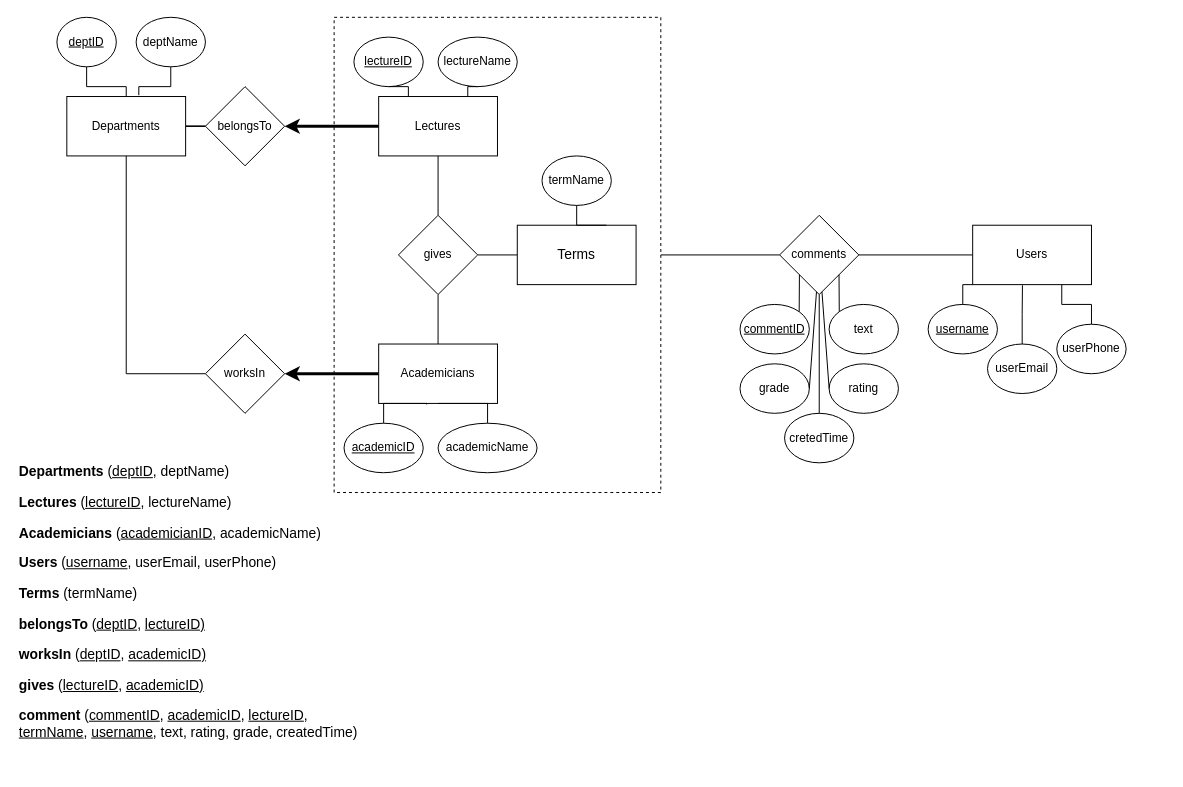
Before: Başlıksız Diyagram.drawio in apoionuz/ceng302, a draw.io diagram. Source tidied: cells renumbered, new cells numbered last; positions are measured from the earlier drawing's top-left corner, leaving out a move shared by most shapes. Both pictures are drawn from the tidied source at 99%, with x=0, y=0 at pixel (17, 17).
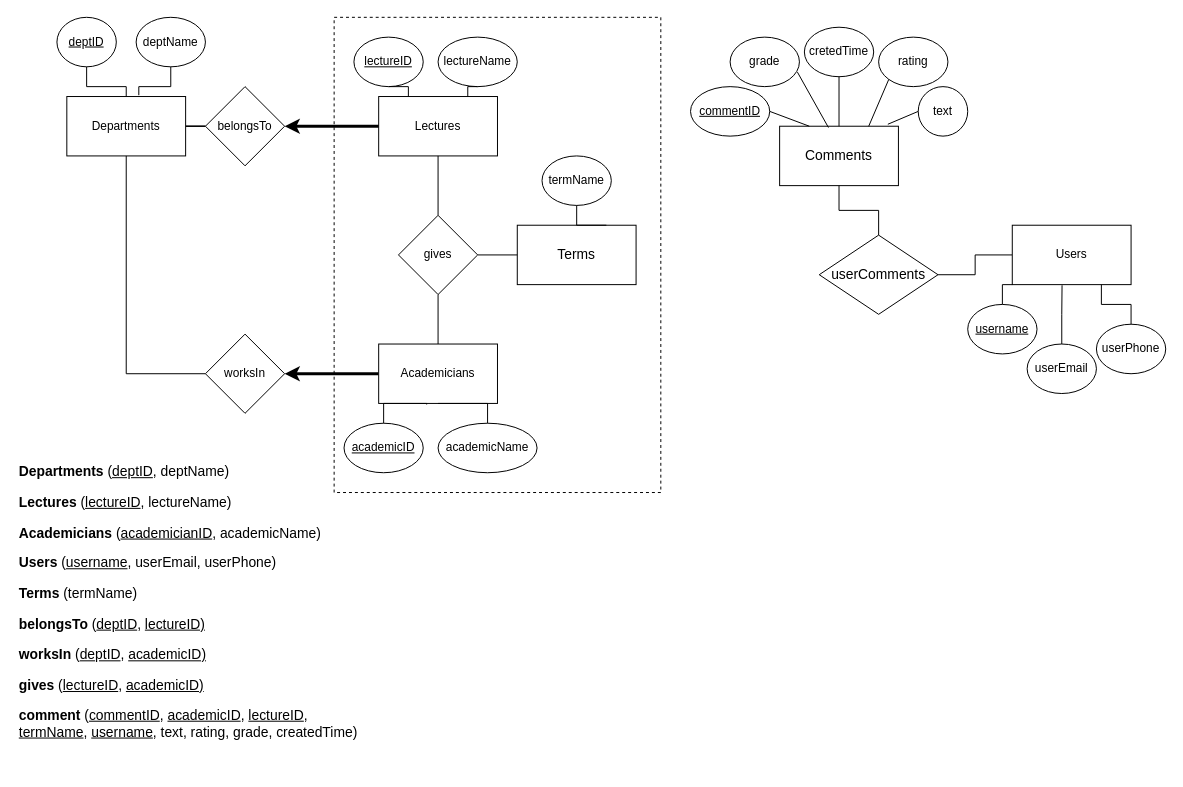
After the change.

Unchanged cells that the change refers to:
```xml
<mxCell id="12" style="rounded=0;whiteSpace=wrap;html=1;dashed=1;fillColor=none;" parent="1" vertex="1">
  <mxGeometry x="320" width="330" height="480" as="geometry" />
</mxCell>
```

Change to the diagram source:
```diff
@@
-    <mxCell id="6" style="edgeStyle=orthogonalEdgeStyle;rounded=0;jettySize=auto;html=1;strokeWidth=1;startArrow=none;startFill=0;endArrow=none;endFill=0;" parent="1" edge="1" source="7" target="18">
+    <mxCell id="6" style="edgeStyle=orthogonalEdgeStyle;rounded=0;jettySize=auto;html=1;strokeWidth=1;startArrow=none;startFill=0;endArrow=none;endFill=0;entryX=1;entryY=0.5;entryDx=0;entryDy=0;" parent="1" edge="1" source="7" target="54">
       <mxGeometry relative="1" as="geometry" />
     </mxCell>
     <mxCell id="7" value="Users" style="rounded=0;whiteSpace=wrap;html=1;" parent="1" vertex="1">
-      <mxGeometry x="965" y="210" width="120" height="60" as="geometry" />
+      <mxGeometry x="1005" y="210" width="120" height="60" as="geometry" />
     </mxCell>
@@
-    <mxCell id="17" style="edgeStyle=orthogonalEdgeStyle;rounded=0;jettySize=auto;html=1;strokeWidth=1;startArrow=none;startFill=0;endArrow=none;endFill=0;" parent="1" edge="1" source="18" target="12">
-      <mxGeometry relative="1" as="geometry" />
-    </mxCell>
-    <mxCell id="18" value="comments" style="rhombus;whiteSpace=wrap;html=1;rounded=0;" parent="1" vertex="1">
-      <mxGeometry x="770" y="200" width="80" height="80" as="geometry" />
-    </mxCell>
@@
     <mxCell id="20" value="&lt;u&gt;username&lt;/u&gt;" style="ellipse;whiteSpace=wrap;html=1;fillColor=none;" parent="1" vertex="1">
-      <mxGeometry x="920" y="290" width="70" height="50" as="geometry" />
+      <mxGeometry x="960" y="290" width="70" height="50" as="geometry" />
     </mxCell>
@@
     <mxCell id="22" value="userEmail" style="ellipse;whiteSpace=wrap;html=1;fillColor=none;" parent="1" vertex="1">
-      <mxGeometry x="980" y="330" width="70" height="50" as="geometry" />
+      <mxGeometry x="1020" y="330" width="70" height="50" as="geometry" />
     </mxCell>
@@
     <mxCell id="24" value="userPhone" style="ellipse;whiteSpace=wrap;html=1;fillColor=none;" parent="1" vertex="1">
-      <mxGeometry x="1050" y="310" width="70" height="50" as="geometry" />
+      <mxGeometry x="1090" y="310" width="70" height="50" as="geometry" />
     </mxCell>
@@
     <mxCell id="37" value="&lt;u&gt;commentID&lt;/u&gt;" style="ellipse;whiteSpace=wrap;html=1;fillColor=none;" parent="1" vertex="1">
-      <mxGeometry x="730" y="290" width="70" height="50" as="geometry" />
+      <mxGeometry x="680" y="70" width="80" height="50" as="geometry" />
     </mxCell>
     <mxCell id="38" value="text" style="ellipse;whiteSpace=wrap;html=1;fillColor=none;" parent="1" vertex="1">
-      <mxGeometry x="820" y="290" width="70" height="50" as="geometry" />
+      <mxGeometry x="910" y="70" width="50" height="50" as="geometry" />
     </mxCell>
     <mxCell id="39" value="rating" style="ellipse;whiteSpace=wrap;html=1;fillColor=none;" parent="1" vertex="1">
-      <mxGeometry x="820" y="350" width="70" height="50" as="geometry" />
+      <mxGeometry x="870" y="20" width="70" height="50" as="geometry" />
     </mxCell>
     <mxCell id="40" value="grade" style="ellipse;whiteSpace=wrap;html=1;fillColor=none;" parent="1" vertex="1">
-      <mxGeometry x="730" y="350" width="70" height="50" as="geometry" />
+      <mxGeometry x="720" y="20" width="70" height="50" as="geometry" />
     </mxCell>
-    <mxCell id="41" style="endArrow=none;html=1;rounded=0;strokeWidth=1;exitX=1;exitY=0.5;exitDx=0;exitDy=0;" parent="1" edge="1" source="40" target="18">
+    <mxCell id="41" style="endArrow=none;html=1;rounded=0;strokeWidth=1;exitX=0.971;exitY=0.707;exitDx=0;exitDy=0;entryX=0.411;entryY=0.022;entryDx=0;entryDy=0;entryPerimeter=0;exitPerimeter=0;" parent="1" edge="1" source="40" target="52">
       <mxGeometry relative="1" as="geometry" />
     </mxCell>
-    <mxCell id="42" style="endArrow=none;html=1;rounded=0;strokeWidth=1;exitX=0;exitY=0.5;exitDx=0;exitDy=0;" parent="1" edge="1" source="39" target="18">
+    <mxCell id="42" style="endArrow=none;html=1;rounded=0;strokeWidth=1;exitX=0;exitY=1;exitDx=0;exitDy=0;entryX=0.75;entryY=0;entryDx=0;entryDy=0;" parent="1" edge="1" source="39" target="52">
       <mxGeometry relative="1" as="geometry" />
     </mxCell>
-    <mxCell id="43" style="endArrow=none;html=1;rounded=0;strokeWidth=1;entryX=1;entryY=1;entryDx=0;entryDy=0;exitX=0;exitY=0;exitDx=0;exitDy=0;" parent="1" edge="1" source="38" target="18">
+    <mxCell id="43" style="endArrow=none;html=1;rounded=0;strokeWidth=1;entryX=0.911;entryY=-0.033;entryDx=0;entryDy=0;exitX=0;exitY=0.5;exitDx=0;exitDy=0;entryPerimeter=0;" parent="1" edge="1" source="38" target="52">
       <mxGeometry relative="1" as="geometry" />
     </mxCell>
-    <mxCell id="44" style="endArrow=none;html=1;rounded=0;strokeWidth=1;entryX=0;entryY=1;entryDx=0;entryDy=0;exitX=1;exitY=0;exitDx=0;exitDy=0;" parent="1" edge="1" source="37" target="18">
+    <mxCell id="44" style="endArrow=none;html=1;rounded=0;strokeWidth=1;entryX=0.25;entryY=0;entryDx=0;entryDy=0;exitX=1;exitY=0.5;exitDx=0;exitDy=0;" parent="1" edge="1" source="37" target="52">
       <mxGeometry relative="1" as="geometry" />
     </mxCell>
@@
-    <mxCell id="46" style="edgeStyle=orthogonalEdgeStyle;rounded=0;jettySize=auto;html=1;strokeWidth=1;startArrow=none;startFill=0;endArrow=none;endFill=0;" parent="1" edge="1" source="47" target="18">
+    <mxCell id="46" style="edgeStyle=orthogonalEdgeStyle;rounded=0;jettySize=auto;html=1;strokeWidth=1;startArrow=none;startFill=0;endArrow=none;endFill=0;entryX=0.5;entryY=0;entryDx=0;entryDy=0;" parent="1" edge="1" source="47" target="52">
       <mxGeometry relative="1" as="geometry" />
     </mxCell>
     <mxCell id="47" value="cretedTime" style="ellipse;whiteSpace=wrap;html=1;fillColor=none;" parent="1" vertex="1">
-      <mxGeometry x="775" y="400" width="70" height="50" as="geometry" />
+      <mxGeometry x="795" y="10" width="70" height="50" as="geometry" />
     </mxCell>
@@
+    <mxCell id="52" value="Comments" style="rounded=0;whiteSpace=wrap;html=1;strokeWidth=1;fontSize=14;fillColor=none;" parent="1" vertex="1">
+      <mxGeometry x="770" y="110" width="120" height="60" as="geometry" />
+    </mxCell>
+    <mxCell id="53" style="edgeStyle=orthogonalEdgeStyle;rounded=0;jettySize=auto;html=1;exitX=0.5;exitY=0;exitDx=0;exitDy=0;entryX=0.5;entryY=1;entryDx=0;entryDy=0;strokeWidth=1;fontSize=14;startArrow=none;startFill=0;endArrow=none;endFill=0;" parent="1" edge="1" source="54" target="52">
+      <mxGeometry relative="1" as="geometry" />
+    </mxCell>
+    <mxCell id="54" value="userComments" style="rhombus;whiteSpace=wrap;html=1;strokeWidth=1;fontSize=14;fillColor=none;" parent="1" vertex="1">
+      <mxGeometry x="810" y="220" width="120" height="80" as="geometry" />
+    </mxCell>
```
